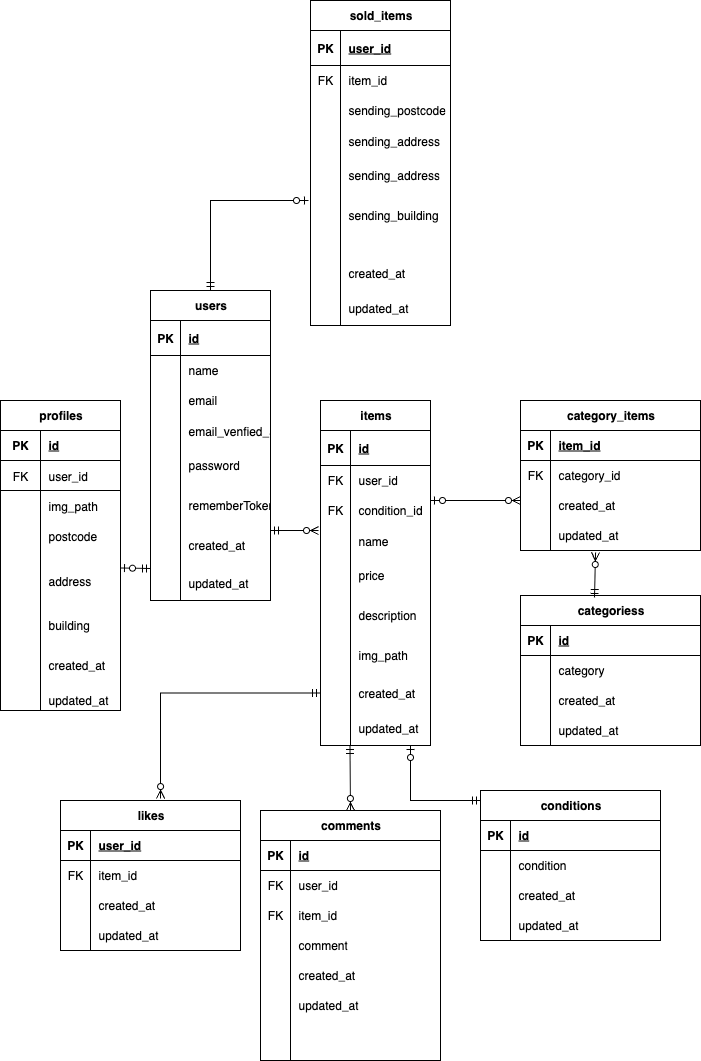
Earlier version of the draw.io export er.png (shota0131/mogiannkenn-clean). Source tidied: cells renumbered, new cells last; positions are measured from the earlier drawing's top-left corner, leaving out a move shared by most shapes.
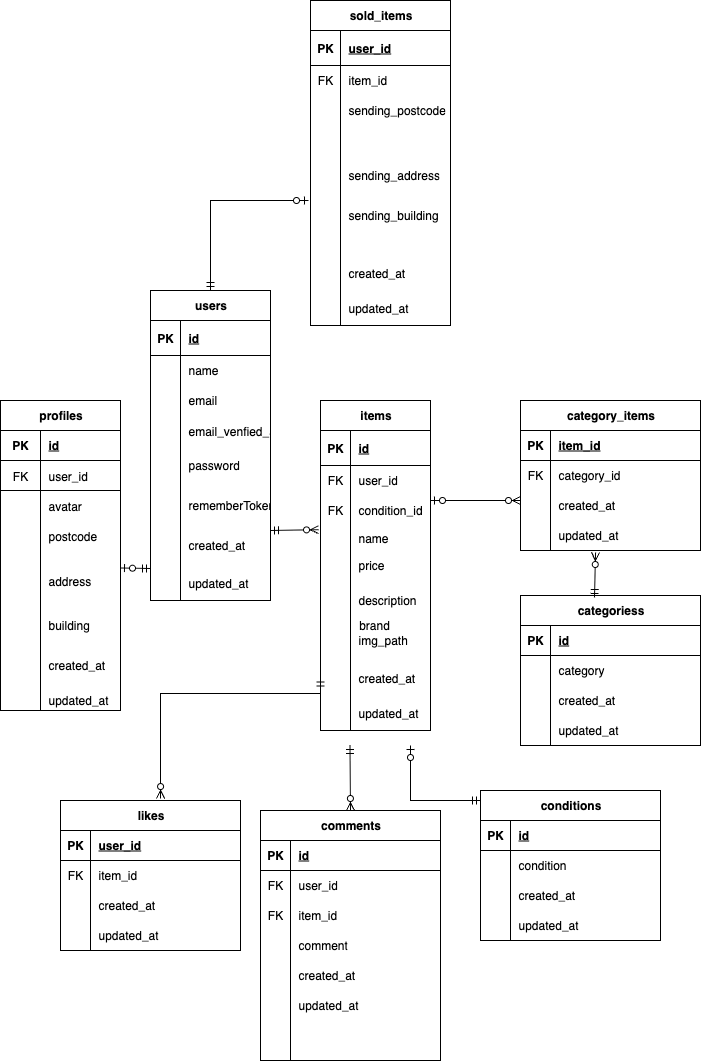
The same diagram one commit later.

What changed in the source:
```diff
@@ -143,7 +143,7 @@
     <mxCell id="48" style="shape=partialRectangle;fillColor=none;top=0;left=0;bottom=0;right=0;overflow=hidden;" parent="47" vertex="1">
       <mxGeometry width="40" height="30" as="geometry" />
     </mxCell>
-    <mxCell id="49" value="img_path" style="shape=partialRectangle;fillColor=none;top=0;left=0;bottom=0;right=0;align=left;spacingLeft=6;overflow=hidden;" parent="47" vertex="1">
+    <mxCell id="49" value="avatar" style="shape=partialRectangle;fillColor=none;top=0;left=0;bottom=0;right=0;align=left;spacingLeft=6;overflow=hidden;" parent="47" vertex="1">
       <mxGeometry x="40" width="80" height="30" as="geometry" />
     </mxCell>
     <mxCell id="50" style="shape=tableRow;horizontal=0;startSize=0;swimlaneHead=0;swimlaneBody=0;fillColor=none;top=0;left=0;right=0;bottom=0;" parent="40" vertex="1">
@@ -203,7 +203,7 @@
       </mxGeometry>
     </mxCell>
     <mxCell id="67" value="items" style="shape=table;startSize=30;rowLines=0;fontStyle=1;align=center;html=1;" parent="1" vertex="1">
-      <mxGeometry x="320" y="400" width="110" height="345" as="geometry" />
+      <mxGeometry x="320" y="400" width="110" height="330" as="geometry" />
     </mxCell>
     <mxCell id="68" style="shape=tableRow;horizontal=0;startSize=0;swimlaneHead=0;swimlaneBody=0;fillColor=none;top=0;left=0;right=0;bottom=1;" parent="67" vertex="1">
       <mxGeometry y="30" width="110" height="35" as="geometry" />
@@ -233,25 +233,25 @@
       <mxGeometry x="30" width="80" height="30" as="geometry" />
     </mxCell>
     <mxCell id="77" style="shape=tableRow;horizontal=0;startSize=0;swimlaneHead=0;swimlaneBody=0;fillColor=none;points=[[0,0.5],[1,0.5]];portConstraint=eastwest;top=0;left=0;right=0;bottom=0;" parent="67" vertex="1">
-      <mxGeometry y="125" width="110" height="30" as="geometry" />
+      <mxGeometry y="125" width="110" height="25" as="geometry" />
     </mxCell>
     <mxCell id="78" style="shape=partialRectangle;fillColor=none;top=0;left=0;bottom=0;right=0;overflow=hidden;" parent="77" vertex="1">
-      <mxGeometry width="30" height="30" as="geometry" />
+      <mxGeometry width="30" height="25" as="geometry" />
     </mxCell>
     <mxCell id="79" value="name" style="shape=partialRectangle;fillColor=none;top=0;left=0;bottom=0;right=0;align=left;spacingLeft=6;overflow=hidden;" parent="77" vertex="1">
-      <mxGeometry x="30" width="80" height="30" as="geometry" />
+      <mxGeometry x="30" width="80" height="25" as="geometry" />
     </mxCell>
     <mxCell id="80" style="shape=tableRow;horizontal=0;startSize=0;swimlaneHead=0;swimlaneBody=0;fillColor=none;top=0;left=0;right=0;bottom=0;" parent="67" vertex="1">
-      <mxGeometry y="155" width="110" height="40" as="geometry" />
+      <mxGeometry y="150" width="110" height="30" as="geometry" />
     </mxCell>
     <mxCell id="81" style="shape=partialRectangle;fillColor=none;top=0;left=0;bottom=0;right=0;overflow=hidden;whiteSpace=wrap;html=1;" parent="80" vertex="1">
-      <mxGeometry width="30" height="40" as="geometry" />
+      <mxGeometry width="30" height="30" as="geometry" />
     </mxCell>
     <mxCell id="82" value="price" style="shape=partialRectangle;fillColor=none;top=0;left=0;bottom=0;right=0;align=left;spacingLeft=6;overflow=hidden;whiteSpace=wrap;html=1;" parent="80" vertex="1">
-      <mxGeometry x="30" width="80" height="40" as="geometry" />
+      <mxGeometry x="30" width="80" height="30" as="geometry" />
     </mxCell>
     <mxCell id="83" style="shape=tableRow;horizontal=0;startSize=0;swimlaneHead=0;swimlaneBody=0;fillColor=none;top=0;left=0;right=0;bottom=0;" parent="67" vertex="1">
-      <mxGeometry y="195" width="110" height="40" as="geometry" />
+      <mxGeometry y="180" width="110" height="40" as="geometry" />
     </mxCell>
     <mxCell id="84" style="shape=partialRectangle;fillColor=none;top=0;left=0;bottom=0;right=0;overflow=hidden;whiteSpace=wrap;html=1;" parent="83" vertex="1">
       <mxGeometry width="30" height="40" as="geometry" />
@@ -260,7 +260,7 @@
       <mxGeometry x="30" width="80" height="40" as="geometry" />
     </mxCell>
     <mxCell id="86" style="shape=tableRow;horizontal=0;startSize=0;swimlaneHead=0;swimlaneBody=0;fillColor=none;top=0;left=0;right=0;bottom=0;" parent="67" vertex="1">
-      <mxGeometry y="235" width="110" height="40" as="geometry" />
+      <mxGeometry y="220" width="110" height="40" as="geometry" />
     </mxCell>
     <mxCell id="87" style="shape=partialRectangle;fillColor=none;top=0;left=0;bottom=0;right=0;overflow=hidden;whiteSpace=wrap;html=1;" parent="86" vertex="1">
       <mxGeometry width="30" height="40" as="geometry" />
@@ -269,7 +269,7 @@
       <mxGeometry x="30" width="80" height="40" as="geometry" />
     </mxCell>
     <mxCell id="89" style="shape=tableRow;horizontal=0;startSize=0;swimlaneHead=0;swimlaneBody=0;fillColor=none;points=[[0,0.5],[1,0.5]];portConstraint=eastwest;top=0;left=0;right=0;bottom=0;" parent="67" vertex="1">
-      <mxGeometry y="275" width="110" height="35" as="geometry" />
+      <mxGeometry y="260" width="110" height="35" as="geometry" />
     </mxCell>
     <mxCell id="90" style="shape=partialRectangle;fillColor=none;top=0;left=0;bottom=0;right=0;overflow=hidden;whiteSpace=wrap;html=1;" parent="89" vertex="1">
       <mxGeometry width="30" height="35" as="geometry" />
@@ -278,7 +278,7 @@
       <mxGeometry x="30" width="80" height="35" as="geometry" />
     </mxCell>
     <mxCell id="92" style="shape=tableRow;horizontal=0;startSize=0;swimlaneHead=0;swimlaneBody=0;fillColor=none;top=0;left=0;right=0;bottom=0;" parent="67" vertex="1">
-      <mxGeometry y="310" width="110" height="35" as="geometry" />
+      <mxGeometry y="295" width="110" height="35" as="geometry" />
     </mxCell>
     <mxCell id="93" style="shape=partialRectangle;fillColor=none;top=0;left=0;bottom=0;right=0;overflow=hidden;whiteSpace=wrap;html=1;" parent="92" vertex="1">
       <mxGeometry width="30" height="35" as="geometry" />
@@ -322,7 +322,7 @@
     <mxCell id="106" style="shape=partialRectangle;fillColor=none;top=0;left=0;bottom=0;right=0;overflow=hidden;" parent="105" vertex="1">
       <mxGeometry width="30" height="30" as="geometry" />
     </mxCell>
-    <mxCell id="107" value="sending_address" style="shape=partialRectangle;fillColor=none;top=0;left=0;bottom=0;right=0;align=left;spacingLeft=6;overflow=hidden;" parent="105" vertex="1">
+    <mxCell id="107" style="shape=partialRectangle;fillColor=none;top=0;left=0;bottom=0;right=0;align=left;spacingLeft=6;overflow=hidden;" parent="105" vertex="1">
       <mxGeometry x="30" width="110" height="30" as="geometry" />
     </mxCell>
     <mxCell id="108" style="shape=tableRow;horizontal=0;startSize=0;swimlaneHead=0;swimlaneBody=0;fillColor=none;top=0;left=0;right=0;bottom=0;" parent="95" vertex="1">
@@ -612,5 +612,8 @@
         </Array>
       </mxGeometry>
     </mxCell>
+    <mxCell id="195" value="brand" style="text;html=1;align=center;verticalAlign=middle;whiteSpace=wrap;rounded=0;" parent="1" vertex="1">
+      <mxGeometry x="344" y="610" width="60" height="30" as="geometry" />
+    </mxCell>
   </root>
 </mxGraphModel>
```
